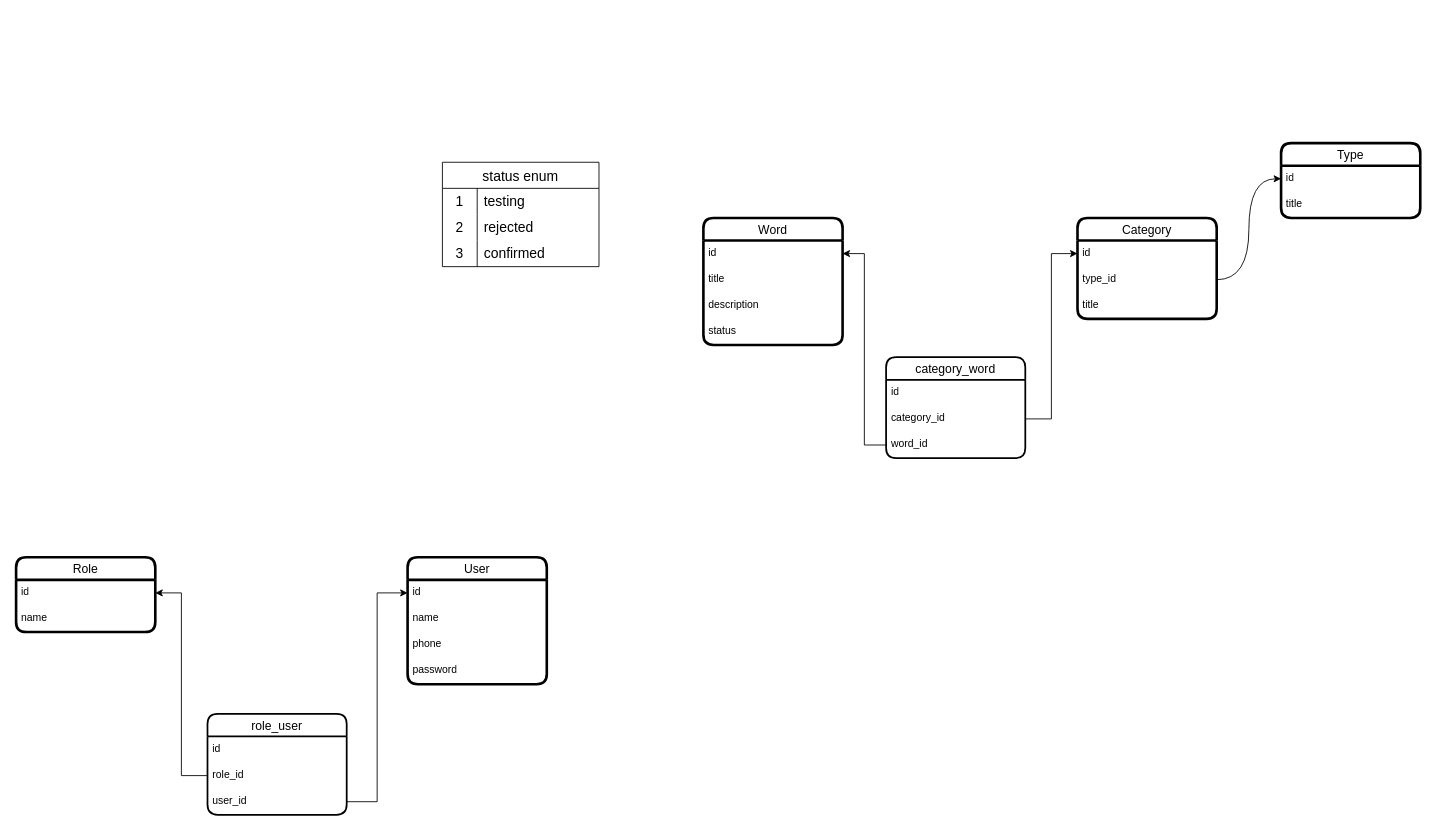
The draw.io diagram ts-backend.drawio in iztileuoff/databases, before the edit. Source tidied: cells renumbered, new cells numbered last; positions are measured from the earlier drawing's top-left corner, leaving out a move shared by most shapes. Both pictures are drawn from the tidied source at 87%, with x=0, y=0 at pixel (16, 143).
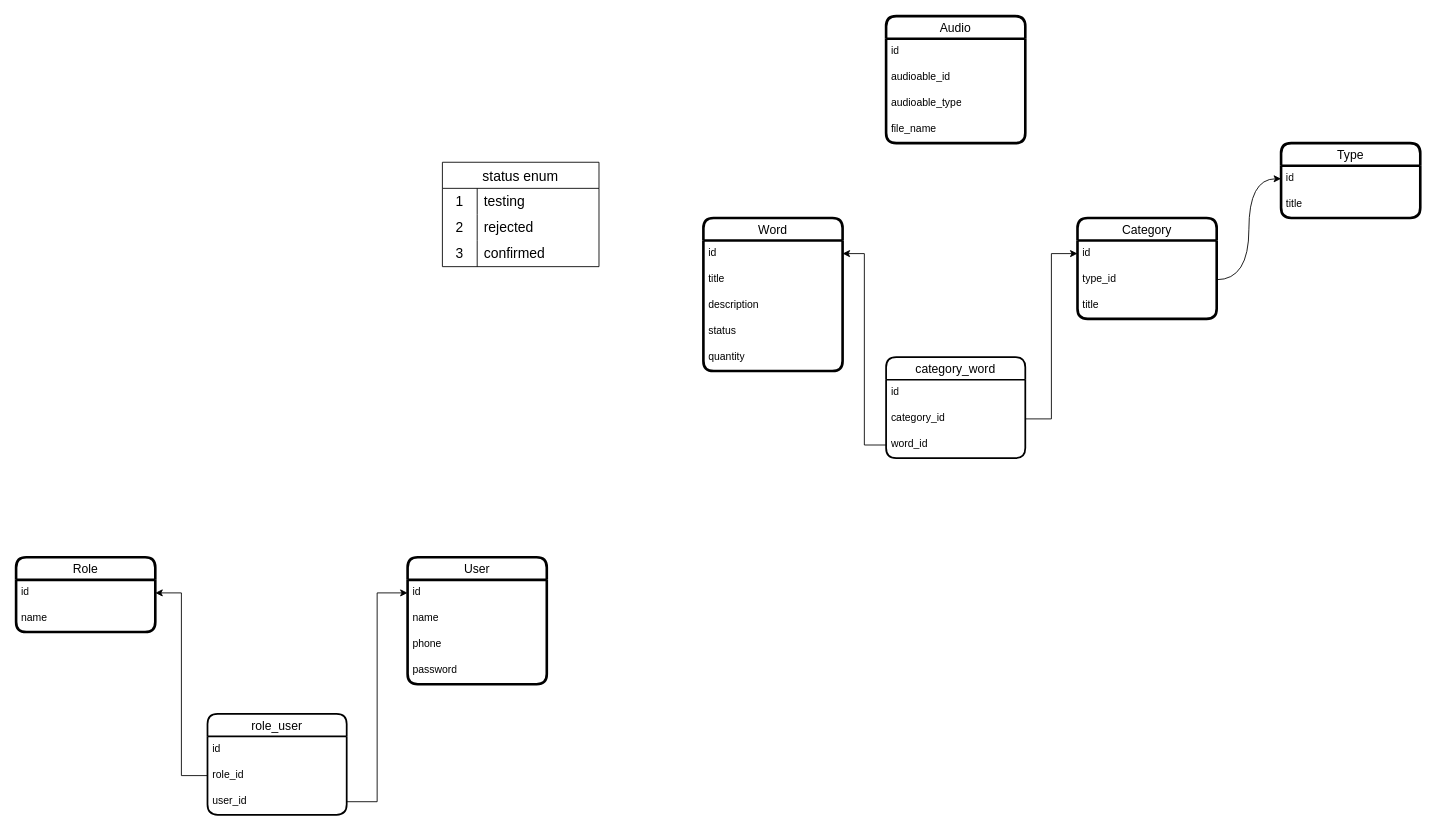
Above is the later version.

Diff of the diagram source:
```diff
@@
     <mxCell id="15" value="Word" style="swimlane;fontStyle=0;horizontal=1;startSize=26;align=center;fontSize=14;rounded=1;strokeWidth=3;" parent="1" vertex="1">
-      <mxGeometry x="790" y="86" width="160" height="146" as="geometry" />
+      <mxGeometry x="790" y="86" width="160" height="176" as="geometry" />
     </mxCell>
@@
+    <mxCell id="45" value="quantity" style="text;strokeColor=none;fillColor=none;spacingLeft=4;spacingRight=4;overflow=hidden;fontSize=12;whiteSpace=wrap;html=1;" parent="15" vertex="1">
+      <mxGeometry y="146" width="160" height="30" as="geometry" />
+    </mxCell>
@@
+    <mxCell id="46" value="Audio" style="swimlane;fontStyle=0;horizontal=1;startSize=26;align=center;fontSize=14;rounded=1;strokeWidth=3;" parent="1" vertex="1">
+      <mxGeometry x="1000" y="-146" width="160" height="146" as="geometry" />
+    </mxCell>
+    <mxCell id="47" value="id" style="text;strokeColor=none;fillColor=none;spacingLeft=4;spacingRight=4;overflow=hidden;fontSize=12;whiteSpace=wrap;html=1;" parent="46" vertex="1">
+      <mxGeometry y="26" width="160" height="30" as="geometry" />
+    </mxCell>
+    <mxCell id="48" value="audioable_id" style="text;strokeColor=none;fillColor=none;spacingLeft=4;spacingRight=4;overflow=hidden;fontSize=12;whiteSpace=wrap;html=1;" parent="46" vertex="1">
+      <mxGeometry y="56" width="160" height="30" as="geometry" />
+    </mxCell>
+    <mxCell id="49" value="audioable_type" style="text;strokeColor=none;fillColor=none;spacingLeft=4;spacingRight=4;overflow=hidden;fontSize=12;whiteSpace=wrap;html=1;" parent="46" vertex="1">
+      <mxGeometry y="86" width="160" height="30" as="geometry" />
+    </mxCell>
+    <mxCell id="50" value="file_name" style="text;strokeColor=none;fillColor=none;spacingLeft=4;spacingRight=4;overflow=hidden;fontSize=12;whiteSpace=wrap;html=1;" parent="46" vertex="1">
+      <mxGeometry y="116" width="160" height="30" as="geometry" />
+    </mxCell>
```
